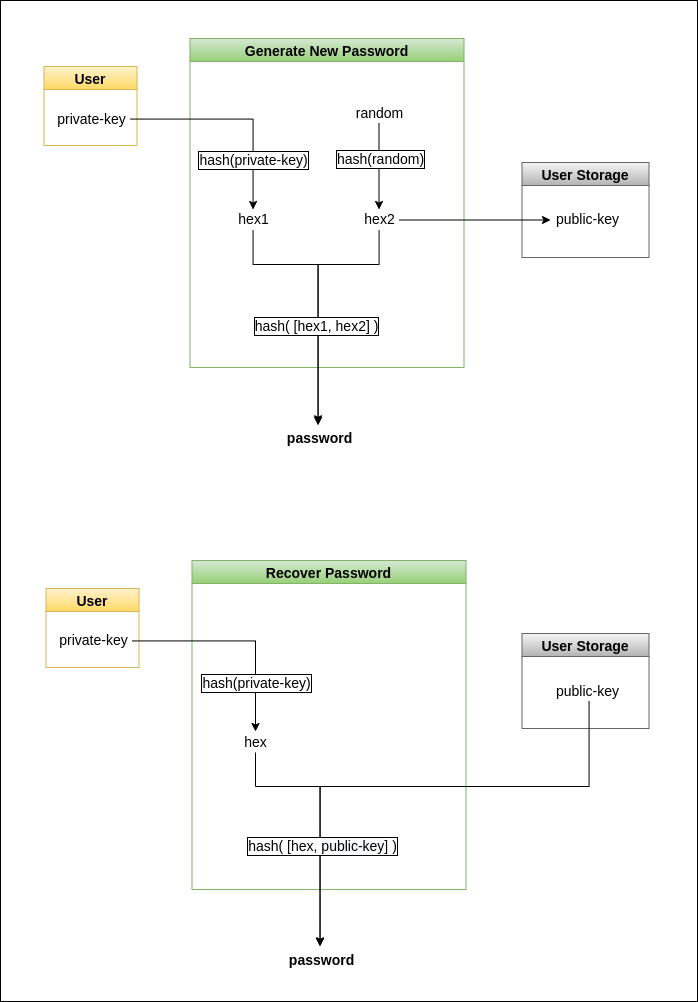
This is images/workflow.png from DanielShamir93/keys-to-password-npm-package, a draw.io export, as it was before one commit. Source tidied: cells renumbered, new cells last; positions are measured from the earlier drawing's top-left corner, leaving out a move shared by most shapes. Source of this version:
```xml
<mxGraphModel>
  <root>
    <mxCell id="0" />
    <mxCell id="1" parent="0" />
    <mxCell id="2" style="rounded=0;whiteSpace=wrap;html=1;labelBackgroundColor=#FFFFFF;fontSize=14;" parent="1" vertex="1">
      <mxGeometry width="697" height="1001" as="geometry" />
    </mxCell>
    <mxCell id="3" value="Generate New Password" style="swimlane;fillColor=#d5e8d4;strokeColor=#82b366;gradientColor=#97d077;fontSize=14;" parent="1" vertex="1">
      <mxGeometry x="189.5" y="38" width="274" height="329" as="geometry" />
    </mxCell>
    <mxCell id="4" value="hex2" style="text;html=1;align=center;verticalAlign=middle;points=[];strokeColor=none;fillColor=none;fontSize=14;" parent="3" vertex="1">
      <mxGeometry x="169" y="171" width="40" height="21" as="geometry" />
    </mxCell>
    <mxCell id="5" value="hex1" style="text;html=1;align=center;verticalAlign=middle;points=[];strokeColor=none;fillColor=none;fontSize=14;" parent="3" vertex="1">
      <mxGeometry x="43" y="171" width="40" height="21" as="geometry" />
    </mxCell>
    <mxCell id="6" style="edgeStyle=orthogonalEdgeStyle;rounded=0;jettySize=auto;html=1;fontSize=14;" parent="3" edge="1" source="8" target="4">
      <mxGeometry relative="1" as="geometry" />
    </mxCell>
    <mxCell id="7" value="hash(random)" style="edgeLabel;html=1;align=center;verticalAlign=middle;labelBorderColor=default;fontSize=14;" parent="6" vertex="1">
      <mxGeometry x="-0.17" y="1" relative="1" as="geometry" />
    </mxCell>
    <mxCell id="8" value="random" style="text;html=1;align=center;verticalAlign=middle;points=[];strokeColor=none;fillColor=none;fontSize=14;" parent="3" vertex="1">
      <mxGeometry x="160.5" y="64" width="57" height="21" as="geometry" />
    </mxCell>
    <mxCell id="9" value="User Storage" style="swimlane;fillColor=#f5f5f5;gradientColor=#b3b3b3;strokeColor=#666666;fontSize=14;" parent="1" vertex="1">
      <mxGeometry x="521.5" y="162" width="127" height="95" as="geometry" />
    </mxCell>
    <mxCell id="10" value="public-key" style="text;html=1;align=center;verticalAlign=middle;points=[];strokeColor=none;fillColor=none;fontSize=14;" parent="9" vertex="1">
      <mxGeometry x="28.5" y="47" width="73" height="21" as="geometry" />
    </mxCell>
    <mxCell id="11" value="User" style="swimlane;fillColor=#fff2cc;gradientColor=#ffd966;strokeColor=#d6b656;fontSize=14;" parent="1" vertex="1">
      <mxGeometry x="43.5" y="66" width="93" height="79" as="geometry" />
    </mxCell>
    <mxCell id="12" value="private-key" style="text;html=1;align=center;verticalAlign=middle;points=[];strokeColor=none;fillColor=none;fontSize=14;" parent="11" vertex="1">
      <mxGeometry x="8" y="42" width="78" height="21" as="geometry" />
    </mxCell>
    <mxCell id="13" style="edgeStyle=orthogonalEdgeStyle;rounded=0;jettySize=auto;html=1;fontSize=14;" parent="1" edge="1" source="12" target="5">
      <mxGeometry relative="1" as="geometry" />
    </mxCell>
    <mxCell id="14" value="hash(private-key)" style="edgeLabel;html=1;align=center;verticalAlign=middle;labelBorderColor=default;fontSize=14;" parent="13" vertex="1">
      <mxGeometry x="0.44" y="1" relative="1" as="geometry">
        <mxPoint x="-1" y="11" as="offset" />
      </mxGeometry>
    </mxCell>
    <mxCell id="15" style="edgeStyle=orthogonalEdgeStyle;rounded=0;jettySize=auto;html=1;fontSize=14;" parent="1" edge="1" source="4" target="10">
      <mxGeometry relative="1" as="geometry" />
    </mxCell>
    <mxCell id="16" value="&lt;b&gt;password&lt;/b&gt;" style="text;html=1;align=center;verticalAlign=middle;points=[];strokeColor=none;fillColor=none;fontSize=14;" parent="1" vertex="1">
      <mxGeometry x="281.5" y="427" width="75" height="21" as="geometry" />
    </mxCell>
    <mxCell id="17" style="edgeStyle=orthogonalEdgeStyle;rounded=0;jettySize=auto;html=1;entryX=0.495;entryY=-0.102;entryDx=0;entryDy=0;entryPerimeter=0;fontSize=14;" parent="1" edge="1" source="4" target="16">
      <mxGeometry relative="1" as="geometry">
        <Array as="points">
          <mxPoint x="378.5" y="264" />
          <mxPoint x="317.5" y="264" />
        </Array>
      </mxGeometry>
    </mxCell>
    <mxCell id="18" style="edgeStyle=orthogonalEdgeStyle;rounded=0;jettySize=auto;html=1;entryX=0.495;entryY=-0.178;entryDx=0;entryDy=0;entryPerimeter=0;fontSize=14;" parent="1" edge="1" source="5" target="16">
      <mxGeometry relative="1" as="geometry">
        <Array as="points">
          <mxPoint x="252.5" y="264" />
          <mxPoint x="317.5" y="264" />
        </Array>
      </mxGeometry>
    </mxCell>
    <mxCell id="19" value="hash( [hex1, hex2] )" style="edgeLabel;html=1;align=center;verticalAlign=middle;labelBorderColor=default;fontSize=14;" parent="18" vertex="1">
      <mxGeometry x="0.79" y="-1" relative="1" as="geometry">
        <mxPoint x="-1" y="-73" as="offset" />
      </mxGeometry>
    </mxCell>
    <mxCell id="20" value="Recover Password" style="swimlane;fillColor=#d5e8d4;strokeColor=#82b366;gradientColor=#97d077;fontSize=14;" parent="1" vertex="1">
      <mxGeometry x="191.5" y="560" width="274" height="329" as="geometry" />
    </mxCell>
    <mxCell id="21" value="hex" style="text;html=1;align=center;verticalAlign=middle;points=[];strokeColor=none;fillColor=none;fontSize=14;" parent="20" vertex="1">
      <mxGeometry x="47" y="171" width="33" height="21" as="geometry" />
    </mxCell>
    <mxCell id="22" value="User Storage" style="swimlane;fillColor=#f5f5f5;gradientColor=#b3b3b3;strokeColor=#666666;fontSize=14;" parent="1" vertex="1">
      <mxGeometry x="521.5" y="633" width="127" height="95" as="geometry" />
    </mxCell>
    <mxCell id="23" value="public-key" style="text;html=1;align=center;verticalAlign=middle;points=[];strokeColor=none;fillColor=none;fontSize=14;" parent="22" vertex="1">
      <mxGeometry x="28.5" y="47" width="73" height="21" as="geometry" />
    </mxCell>
    <mxCell id="24" value="User" style="swimlane;fillColor=#fff2cc;gradientColor=#ffd966;strokeColor=#d6b656;fontSize=14;" parent="1" vertex="1">
      <mxGeometry x="45.5" y="588" width="93" height="79" as="geometry" />
    </mxCell>
    <mxCell id="25" value="private-key" style="text;html=1;align=center;verticalAlign=middle;points=[];strokeColor=none;fillColor=none;fontSize=14;" parent="24" vertex="1">
      <mxGeometry x="8" y="42" width="78" height="21" as="geometry" />
    </mxCell>
    <mxCell id="26" style="edgeStyle=orthogonalEdgeStyle;rounded=0;jettySize=auto;html=1;fontSize=14;" parent="1" edge="1" source="25" target="21">
      <mxGeometry relative="1" as="geometry" />
    </mxCell>
    <mxCell id="27" value="hash(private-key)" style="edgeLabel;html=1;align=center;verticalAlign=middle;labelBorderColor=default;fontSize=14;" parent="26" vertex="1">
      <mxGeometry x="0.44" y="1" relative="1" as="geometry">
        <mxPoint x="-1" y="11" as="offset" />
      </mxGeometry>
    </mxCell>
    <mxCell id="28" value="&lt;b&gt;password&lt;/b&gt;" style="text;html=1;align=center;verticalAlign=middle;points=[];strokeColor=none;fillColor=none;fontSize=14;" parent="1" vertex="1">
      <mxGeometry x="283.5" y="949" width="75" height="21" as="geometry" />
    </mxCell>
    <mxCell id="29" style="edgeStyle=orthogonalEdgeStyle;rounded=0;jettySize=auto;html=1;entryX=0.495;entryY=-0.178;entryDx=0;entryDy=0;entryPerimeter=0;fontSize=14;" parent="1" edge="1" source="21" target="28">
      <mxGeometry relative="1" as="geometry">
        <Array as="points">
          <mxPoint x="254.5" y="786" />
          <mxPoint x="319.5" y="786" />
        </Array>
      </mxGeometry>
    </mxCell>
    <mxCell id="30" style="edgeStyle=orthogonalEdgeStyle;rounded=0;jettySize=auto;html=1;fontSize=14;" parent="1" edge="1" source="23">
      <mxGeometry relative="1" as="geometry">
        <mxPoint x="319.5" y="946" as="targetPoint" />
        <Array as="points">
          <mxPoint x="588.5" y="786" />
          <mxPoint x="319.5" y="786" />
        </Array>
      </mxGeometry>
    </mxCell>
    <mxCell id="31" value="hash( [hex,&amp;nbsp;&lt;span style=&quot;font-size: 14px; background-color: rgb(248, 249, 250);&quot;&gt;public-key&lt;/span&gt;] )" style="edgeLabel;html=1;align=center;verticalAlign=middle;labelBorderColor=default;labelBackgroundColor=#FFFFFF;fontSize=14;" parent="1" vertex="1">
      <mxGeometry x="335.5" y="822" as="geometry">
        <mxPoint x="-14" y="23" as="offset" />
      </mxGeometry>
    </mxCell>
  </root>
</mxGraphModel>
```
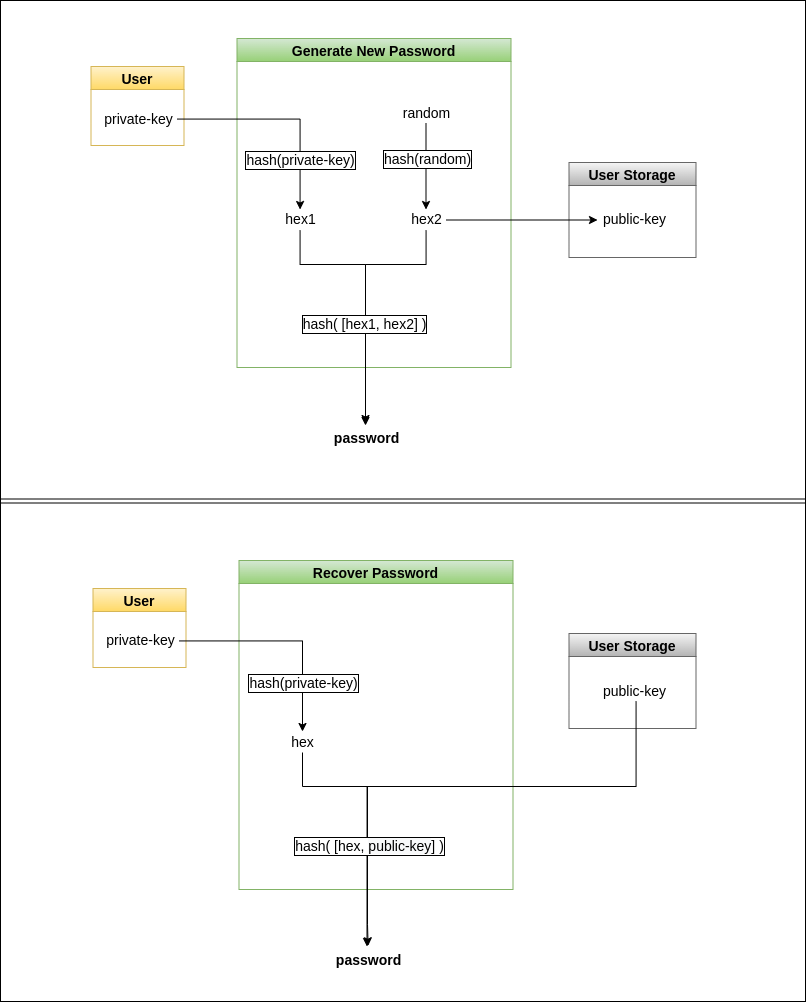
After the change.

Commit message:
Update workflow sketch

The edit, as a diff of the source:
```diff
@@ -3,7 +3,7 @@
     <mxCell id="0" />
     <mxCell id="1" parent="0" />
     <mxCell id="2" style="rounded=0;whiteSpace=wrap;html=1;labelBackgroundColor=#FFFFFF;fontSize=14;" parent="1" vertex="1">
-      <mxGeometry width="697" height="1001" as="geometry" />
+      <mxGeometry x="-47" width="805" height="1001" as="geometry" />
     </mxCell>
     <mxCell id="3" value="Generate New Password" style="swimlane;fillColor=#d5e8d4;strokeColor=#82b366;gradientColor=#97d077;fontSize=14;" parent="1" vertex="1">
       <mxGeometry x="189.5" y="38" width="274" height="329" as="geometry" />
@@ -49,16 +49,18 @@
     <mxCell id="16" value="&lt;b&gt;password&lt;/b&gt;" style="text;html=1;align=center;verticalAlign=middle;points=[];strokeColor=none;fillColor=none;fontSize=14;" parent="1" vertex="1">
       <mxGeometry x="281.5" y="427" width="75" height="21" as="geometry" />
     </mxCell>
-    <mxCell id="17" style="edgeStyle=orthogonalEdgeStyle;rounded=0;jettySize=auto;html=1;entryX=0.495;entryY=-0.102;entryDx=0;entryDy=0;entryPerimeter=0;fontSize=14;" parent="1" edge="1" source="4" target="16">
+    <mxCell id="17" style="edgeStyle=orthogonalEdgeStyle;rounded=0;jettySize=auto;html=1;fontSize=14;" parent="1" edge="1" source="4">
       <mxGeometry relative="1" as="geometry">
+        <mxPoint x="318" y="425" as="targetPoint" />
         <Array as="points">
           <mxPoint x="378.5" y="264" />
           <mxPoint x="317.5" y="264" />
         </Array>
       </mxGeometry>
     </mxCell>
-    <mxCell id="18" style="edgeStyle=orthogonalEdgeStyle;rounded=0;jettySize=auto;html=1;entryX=0.495;entryY=-0.178;entryDx=0;entryDy=0;entryPerimeter=0;fontSize=14;" parent="1" edge="1" source="5" target="16">
+    <mxCell id="18" style="edgeStyle=orthogonalEdgeStyle;rounded=0;jettySize=auto;html=1;fontSize=14;" parent="1" edge="1" source="5">
       <mxGeometry relative="1" as="geometry">
+        <mxPoint x="318" y="423" as="targetPoint" />
         <Array as="points">
           <mxPoint x="252.5" y="264" />
           <mxPoint x="317.5" y="264" />
@@ -102,8 +104,10 @@
     <mxCell id="29" style="edgeStyle=orthogonalEdgeStyle;rounded=0;jettySize=auto;html=1;entryX=0.495;entryY=-0.178;entryDx=0;entryDy=0;entryPerimeter=0;fontSize=14;" parent="1" edge="1" source="21" target="28">
       <mxGeometry relative="1" as="geometry">
         <Array as="points">
-          <mxPoint x="254.5" y="786" />
-          <mxPoint x="319.5" y="786" />
+          <mxPoint x="255" y="786" />
+          <mxPoint x="320" y="786" />
+          <mxPoint x="320" y="924" />
+          <mxPoint x="321" y="924" />
         </Array>
       </mxGeometry>
     </mxCell>
@@ -121,5 +125,8 @@
         <mxPoint x="-14" y="23" as="offset" />
       </mxGeometry>
     </mxCell>
+    <mxCell id="32" style="endArrow=none;html=1;rounded=0;exitX=0;exitY=0.5;exitDx=0;exitDy=0;entryX=1;entryY=0.5;entryDx=0;entryDy=0;shape=link;" parent="1" edge="1" source="2" target="2">
+      <mxGeometry relative="1" as="geometry" />
+    </mxCell>
   </root>
 </mxGraphModel>
```
